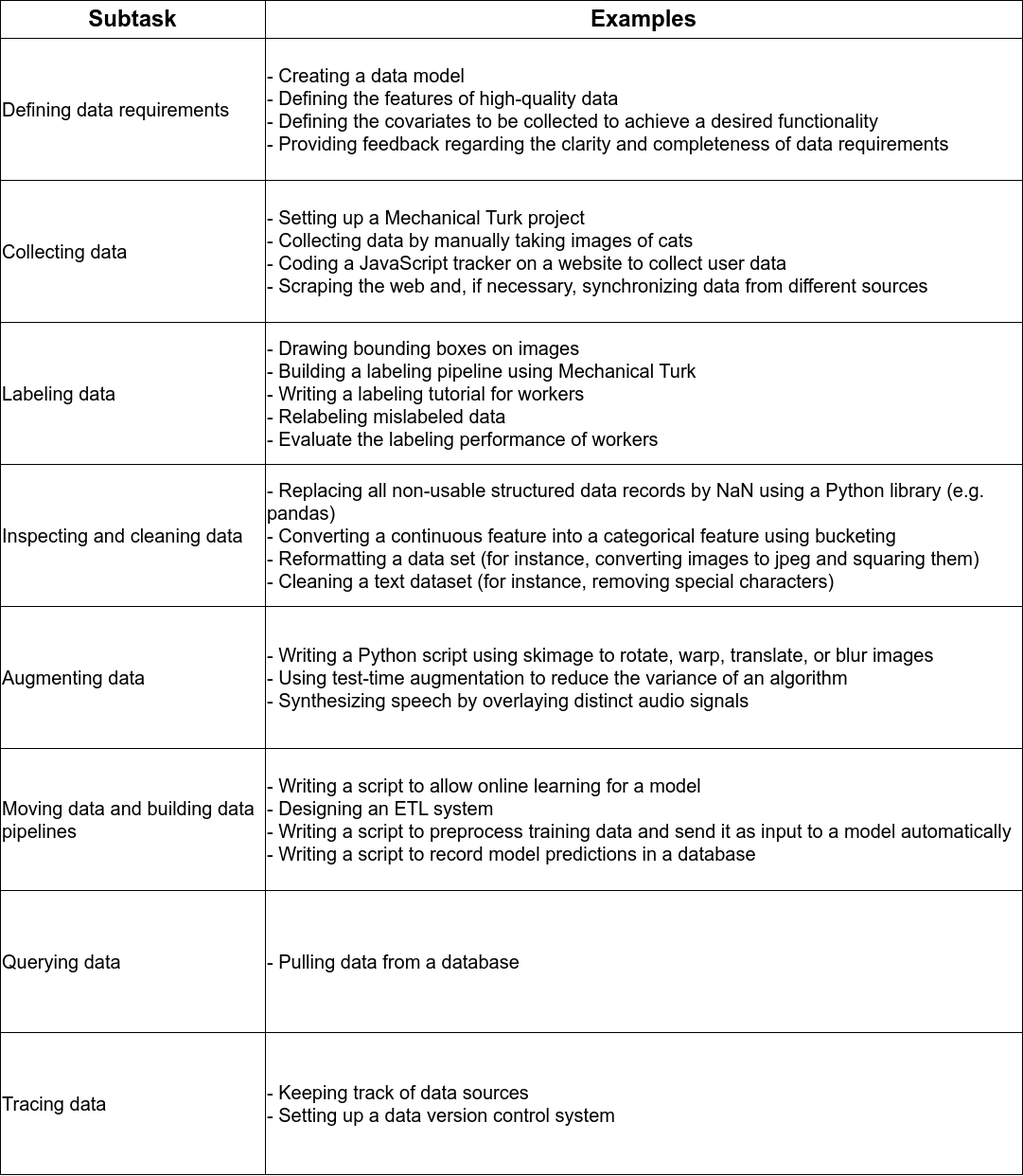
The draw.io diagram diagrams/tasks_data_engineering.drawio.png in ryndovaira-org/data_science_lectures, before a commit. Source tidied: cells renumbered, new cells last; positions are measured from the earlier drawing's top-left corner, leaving out a move shared by most shapes.
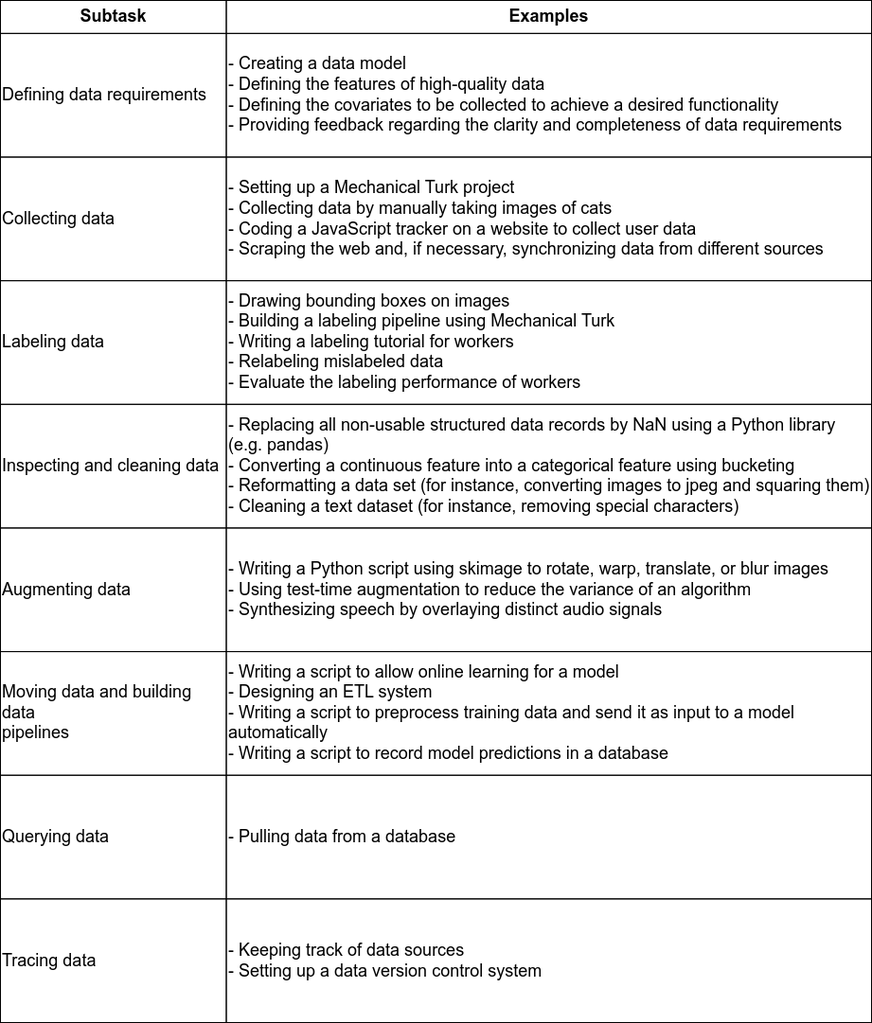
Later version of the same file.

The edit, as a diff of the source:
```diff
@@ -2,59 +2,62 @@
   <root>
     <mxCell id="0" />
     <mxCell id="1" parent="0" />
+    <mxCell id="20" style="group;fontSize=18;" parent="1" vertex="1">
+      <mxGeometry width="920" height="1080" as="geometry" />
+    </mxCell>
-    <mxCell id="2" value="&lt;font style=&quot;font-size: 24px;&quot;&gt;Subtask&lt;/font&gt;" style="rounded=0;whiteSpace=wrap;html=1;fillColor=none;fontSize=24;fontStyle=1;" parent="1" vertex="1">
-      <mxGeometry width="280" height="40" as="geometry" />
+    <mxCell id="2" value="&lt;font style=&quot;font-size: 18px;&quot;&gt;Subtask&lt;/font&gt;" style="rounded=0;whiteSpace=wrap;html=1;fillColor=none;fontSize=18;fontStyle=1;" parent="20" vertex="1">
+      <mxGeometry width="238.5" height="34.8" as="geometry" />
     </mxCell>
-    <mxCell id="3" value="&lt;font style=&quot;font-size: 24px;&quot;&gt;Examples&lt;/font&gt;" style="rounded=0;whiteSpace=wrap;html=1;fillColor=none;fontSize=24;fontStyle=1;" parent="1" vertex="1">
-      <mxGeometry x="280" width="800" height="40" as="geometry" />
+    <mxCell id="3" value="&lt;font style=&quot;font-size: 18px;&quot;&gt;Examples&lt;/font&gt;" style="rounded=0;whiteSpace=wrap;html=1;fillColor=none;fontSize=18;fontStyle=1;" parent="20" vertex="1">
+      <mxGeometry x="238.5" width="681.5" height="34.8" as="geometry" />
     </mxCell>
-    <mxCell id="4" value="&lt;div style=&quot;&quot;&gt;Defining data requirements&lt;br&gt;&lt;/div&gt;" style="rounded=0;whiteSpace=wrap;html=1;align=left;fontSize=20;fillColor=none;" parent="1" vertex="1">
-      <mxGeometry y="40" width="280" height="150" as="geometry" />
+    <mxCell id="4" value="&lt;div style=&quot;font-size: 18px;&quot;&gt;Defining data requirements&lt;br style=&quot;font-size: 18px;&quot;&gt;&lt;/div&gt;" style="rounded=0;whiteSpace=wrap;html=1;align=left;fontSize=18;fillColor=none;" parent="20" vertex="1">
+      <mxGeometry y="34.8" width="238.5" height="130.6" as="geometry" />
     </mxCell>
-    <mxCell id="5" value="- Creating a data model&lt;br&gt;- Defining the features of high-quality data&lt;br&gt;- Defining the covariates to be collected to achieve a desired functionality&lt;br&gt;- Providing feedback regarding the clarity and completeness of data requirements&lt;br&gt;" style="rounded=0;whiteSpace=wrap;html=1;align=left;fontSize=20;fillColor=none;" parent="1" vertex="1">
-      <mxGeometry x="280" y="40" width="800" height="150" as="geometry" />
+    <mxCell id="5" value="- Creating a data model&lt;br style=&quot;font-size: 18px;&quot;&gt;- Defining the features of high-quality data&lt;br style=&quot;font-size: 18px;&quot;&gt;- Defining the covariates to be collected to achieve a desired functionality&lt;br style=&quot;font-size: 18px;&quot;&gt;- Providing feedback regarding the clarity and completeness of data requirements&lt;br style=&quot;font-size: 18px;&quot;&gt;" style="rounded=0;whiteSpace=wrap;html=1;align=left;fontSize=18;fillColor=none;" parent="20" vertex="1">
+      <mxGeometry x="238.5" y="34.8" width="681.5" height="130.6" as="geometry" />
     </mxCell>
-    <mxCell id="6" value="&lt;div style=&quot;&quot;&gt;Collecting data&lt;br&gt;&lt;/div&gt;" style="rounded=0;html=1;fontSize=20;align=left;labelBackgroundColor=none;fillColor=none;whiteSpace=wrap;" parent="1" vertex="1">
-      <mxGeometry y="190" width="280" height="150" as="geometry" />
+    <mxCell id="6" value="&lt;div style=&quot;font-size: 18px;&quot;&gt;Collecting data&lt;br style=&quot;font-size: 18px;&quot;&gt;&lt;/div&gt;" style="rounded=0;html=1;fontSize=18;align=left;labelBackgroundColor=none;fillColor=none;whiteSpace=wrap;" parent="20" vertex="1">
+      <mxGeometry y="165.5" width="238.5" height="130.6" as="geometry" />
     </mxCell>
-    <mxCell id="7" value="&lt;div&gt;- Setting up a Mechanical Turk project&lt;/div&gt;&lt;div&gt;- Collecting data by manually taking images of cats&lt;/div&gt;&lt;div&gt;- Coding a JavaScript tracker on a website to collect user data&lt;/div&gt;&lt;div&gt;- Scraping the web and, if necessary, synchronizing data from different sources&lt;/div&gt;" style="rounded=0;html=1;fontSize=20;align=left;labelBackgroundColor=none;fillColor=none;whiteSpace=wrap;" parent="1" vertex="1">
-      <mxGeometry x="280" y="190" width="800" height="150" as="geometry" />
+    <mxCell id="7" value="&lt;div style=&quot;font-size: 18px;&quot;&gt;- Setting up a Mechanical Turk project&lt;/div&gt;&lt;div style=&quot;font-size: 18px;&quot;&gt;- Collecting data by manually taking images of cats&lt;/div&gt;&lt;div style=&quot;font-size: 18px;&quot;&gt;- Coding a JavaScript tracker on a website to collect user data&lt;/div&gt;&lt;div style=&quot;font-size: 18px;&quot;&gt;- Scraping the web and, if necessary, synchronizing data from different sources&lt;/div&gt;" style="rounded=0;html=1;fontSize=18;align=left;labelBackgroundColor=none;fillColor=none;whiteSpace=wrap;" parent="20" vertex="1">
+      <mxGeometry x="238.5" y="165.5" width="681.5" height="130.6" as="geometry" />
     </mxCell>
-    <mxCell id="8" value="Labeling data" style="rounded=0;html=1;fontSize=20;align=left;labelBackgroundColor=none;fillColor=none;whiteSpace=wrap;" parent="1" vertex="1">
-      <mxGeometry y="340" width="280" height="150" as="geometry" />
+    <mxCell id="8" value="Labeling data" style="rounded=0;html=1;fontSize=18;align=left;labelBackgroundColor=none;fillColor=none;whiteSpace=wrap;" parent="20" vertex="1">
+      <mxGeometry y="296.1" width="238.5" height="130.6" as="geometry" />
     </mxCell>
-    <mxCell id="9" value="&lt;div&gt;- Drawing bounding boxes on images&lt;/div&gt;&lt;div&gt;- Building a labeling pipeline using Mechanical Turk&lt;/div&gt;&lt;div&gt;- Writing a labeling tutorial for workers&lt;/div&gt;&lt;div&gt;- Relabeling mislabeled data&lt;/div&gt;&lt;div&gt;- Evaluate the labeling performance of workers&lt;/div&gt;" style="rounded=0;html=1;fontSize=20;align=left;labelBackgroundColor=none;fillColor=none;whiteSpace=wrap;" parent="1" vertex="1">
-      <mxGeometry x="280" y="340" width="800" height="150" as="geometry" />
+    <mxCell id="9" value="&lt;div style=&quot;font-size: 18px;&quot;&gt;- Drawing bounding boxes on images&lt;/div&gt;&lt;div style=&quot;font-size: 18px;&quot;&gt;- Building a labeling pipeline using Mechanical Turk&lt;/div&gt;&lt;div style=&quot;font-size: 18px;&quot;&gt;- Writing a labeling tutorial for workers&lt;/div&gt;&lt;div style=&quot;font-size: 18px;&quot;&gt;- Relabeling mislabeled data&lt;/div&gt;&lt;div style=&quot;font-size: 18px;&quot;&gt;- Evaluate the labeling performance of workers&lt;/div&gt;" style="rounded=0;html=1;fontSize=18;align=left;labelBackgroundColor=none;fillColor=none;whiteSpace=wrap;" parent="20" vertex="1">
+      <mxGeometry x="238.5" y="296.1" width="681.5" height="130.6" as="geometry" />
     </mxCell>
-    <mxCell id="10" value="Inspecting and cleaning data" style="rounded=0;html=1;fontSize=20;align=left;labelBackgroundColor=none;fillColor=none;whiteSpace=wrap;" parent="1" vertex="1">
-      <mxGeometry y="490" width="280" height="150" as="geometry" />
+    <mxCell id="10" value="Inspecting and cleaning data" style="rounded=0;html=1;fontSize=18;align=left;labelBackgroundColor=none;fillColor=none;whiteSpace=wrap;" parent="20" vertex="1">
+      <mxGeometry y="426.8" width="238.5" height="130.6" as="geometry" />
     </mxCell>
-    <mxCell id="11" value="&lt;div&gt;- Replacing all non-usable structured data records by NaN using a Python&amp;nbsp;&lt;span style=&quot;background-color: initial;&quot;&gt;library (e.g. pandas)&lt;/span&gt;&lt;/div&gt;&lt;div&gt;- Converting a continuous feature into a categorical feature using bucketing&lt;/div&gt;&lt;div&gt;- Reformatting a data set (for instance, converting images to jpeg and squaring them)&lt;/div&gt;&lt;div&gt;- Cleaning a text dataset (for instance, removing special characters)&lt;/div&gt;" style="rounded=0;html=1;fontSize=20;align=left;labelBackgroundColor=none;fillColor=none;whiteSpace=wrap;" parent="1" vertex="1">
-      <mxGeometry x="280" y="490" width="800" height="150" as="geometry" />
+    <mxCell id="11" value="&lt;div style=&quot;font-size: 18px;&quot;&gt;- Replacing all non-usable structured data records by NaN using a Python&amp;nbsp;&lt;span style=&quot;background-color: initial; font-size: 18px;&quot;&gt;library (e.g. pandas)&lt;/span&gt;&lt;/div&gt;&lt;div style=&quot;font-size: 18px;&quot;&gt;- Converting a continuous feature into a categorical feature using bucketing&lt;/div&gt;&lt;div style=&quot;font-size: 18px;&quot;&gt;- Reformatting a data set (for instance, converting images to jpeg and squaring them)&lt;/div&gt;&lt;div style=&quot;font-size: 18px;&quot;&gt;- Cleaning a text dataset (for instance, removing special characters)&lt;/div&gt;" style="rounded=0;html=1;fontSize=18;align=left;labelBackgroundColor=none;fillColor=none;whiteSpace=wrap;" parent="20" vertex="1">
+      <mxGeometry x="238.5" y="426.8" width="681.5" height="130.6" as="geometry" />
     </mxCell>
-    <mxCell id="12" value="Augmenting data" style="rounded=0;html=1;fontSize=20;align=left;labelBackgroundColor=none;fillColor=none;whiteSpace=wrap;" parent="1" vertex="1">
-      <mxGeometry y="640" width="280" height="150" as="geometry" />
+    <mxCell id="12" value="Augmenting data" style="rounded=0;html=1;fontSize=18;align=left;labelBackgroundColor=none;fillColor=none;whiteSpace=wrap;" parent="20" vertex="1">
+      <mxGeometry y="557.4" width="238.5" height="130.6" as="geometry" />
     </mxCell>
-    <mxCell id="13" value="&lt;div&gt;- Writing a Python script using skimage to rotate, warp, translate, or blur images&lt;/div&gt;&lt;div&gt;- Using test-time augmentation to reduce the variance of an algorithm&lt;/div&gt;&lt;div&gt;- Synthesizing speech by overlaying distinct audio signals&lt;/div&gt;" style="rounded=0;html=1;fontSize=20;align=left;labelBackgroundColor=none;fillColor=none;whiteSpace=wrap;" parent="1" vertex="1">
-      <mxGeometry x="280" y="640" width="800" height="150" as="geometry" />
+    <mxCell id="13" value="&lt;div style=&quot;font-size: 18px;&quot;&gt;- Writing a Python script using skimage to rotate, warp, translate, or blur images&lt;/div&gt;&lt;div style=&quot;font-size: 18px;&quot;&gt;- Using test-time augmentation to reduce the variance of an algorithm&lt;/div&gt;&lt;div style=&quot;font-size: 18px;&quot;&gt;- Synthesizing speech by overlaying distinct audio signals&lt;/div&gt;" style="rounded=0;html=1;fontSize=18;align=left;labelBackgroundColor=none;fillColor=none;whiteSpace=wrap;" parent="20" vertex="1">
+      <mxGeometry x="238.5" y="557.4" width="681.5" height="130.6" as="geometry" />
     </mxCell>
-    <mxCell id="14" value="&lt;div&gt;Moving data and building data&lt;/div&gt;&lt;div&gt;pipelines&lt;/div&gt;" style="rounded=0;html=1;fontSize=20;align=left;labelBackgroundColor=none;fillColor=none;whiteSpace=wrap;" parent="1" vertex="1">
-      <mxGeometry y="790" width="280" height="150" as="geometry" />
+    <mxCell id="14" value="&lt;div style=&quot;font-size: 18px;&quot;&gt;Moving data and building data&lt;/div&gt;&lt;div style=&quot;font-size: 18px;&quot;&gt;pipelines&lt;/div&gt;" style="rounded=0;html=1;fontSize=18;align=left;labelBackgroundColor=none;fillColor=none;whiteSpace=wrap;" parent="20" vertex="1">
+      <mxGeometry y="688.1" width="238.5" height="130.6" as="geometry" />
     </mxCell>
-    <mxCell id="15" value="&lt;div&gt;- Writing a script to allow online learning for a model&lt;/div&gt;&lt;div&gt;- Designing an ETL system&lt;/div&gt;&lt;div&gt;- Writing a script to preprocess training data and send it as input to a model automatically&lt;/div&gt;&lt;div&gt;- Writing a script to record model predictions in a database&lt;/div&gt;" style="rounded=0;html=1;fontSize=20;align=left;labelBackgroundColor=none;fillColor=none;whiteSpace=wrap;" parent="1" vertex="1">
-      <mxGeometry x="280" y="790" width="800" height="150" as="geometry" />
+    <mxCell id="15" value="&lt;div style=&quot;font-size: 18px;&quot;&gt;- Writing a script to allow online learning for a model&lt;/div&gt;&lt;div style=&quot;font-size: 18px;&quot;&gt;- Designing an ETL system&lt;/div&gt;&lt;div style=&quot;font-size: 18px;&quot;&gt;- Writing a script to preprocess training data and send it as input to a model automatically&lt;/div&gt;&lt;div style=&quot;font-size: 18px;&quot;&gt;- Writing a script to record model predictions in a database&lt;/div&gt;" style="rounded=0;html=1;fontSize=18;align=left;labelBackgroundColor=none;fillColor=none;whiteSpace=wrap;" parent="20" vertex="1">
+      <mxGeometry x="238.5" y="688.1" width="681.5" height="130.6" as="geometry" />
     </mxCell>
-    <mxCell id="16" value="Querying data" style="rounded=0;html=1;fontSize=20;align=left;labelBackgroundColor=none;fillColor=none;whiteSpace=wrap;" parent="1" vertex="1">
-      <mxGeometry y="940" width="280" height="150" as="geometry" />
+    <mxCell id="16" value="Querying data" style="rounded=0;html=1;fontSize=18;align=left;labelBackgroundColor=none;fillColor=none;whiteSpace=wrap;" parent="20" vertex="1">
+      <mxGeometry y="818.7" width="238.5" height="130.6" as="geometry" />
     </mxCell>
-    <mxCell id="17" value="- Pulling data from a database" style="rounded=0;html=1;fontSize=20;align=left;labelBackgroundColor=none;fillColor=none;whiteSpace=wrap;" parent="1" vertex="1">
-      <mxGeometry x="280" y="940" width="800" height="150" as="geometry" />
+    <mxCell id="17" value="- Pulling data from a database" style="rounded=0;html=1;fontSize=18;align=left;labelBackgroundColor=none;fillColor=none;whiteSpace=wrap;" parent="20" vertex="1">
+      <mxGeometry x="238.5" y="818.7" width="681.5" height="130.6" as="geometry" />
     </mxCell>
-    <mxCell id="18" value="Tracing data" style="rounded=0;html=1;fontSize=20;align=left;labelBackgroundColor=none;fillColor=none;whiteSpace=wrap;" parent="1" vertex="1">
-      <mxGeometry y="1090" width="280" height="150" as="geometry" />
+    <mxCell id="18" value="Tracing data" style="rounded=0;html=1;fontSize=18;align=left;labelBackgroundColor=none;fillColor=none;whiteSpace=wrap;" parent="20" vertex="1">
+      <mxGeometry y="949.4" width="238.5" height="130.6" as="geometry" />
     </mxCell>
-    <mxCell id="19" value="&lt;div&gt;- Keeping track of data sources&lt;/div&gt;&lt;div&gt;- Setting up a data version control system&lt;/div&gt;" style="rounded=0;html=1;fontSize=20;align=left;labelBackgroundColor=none;fillColor=none;whiteSpace=wrap;" parent="1" vertex="1">
-      <mxGeometry x="280" y="1090" width="800" height="150" as="geometry" />
+    <mxCell id="19" value="&lt;div style=&quot;font-size: 18px;&quot;&gt;- Keeping track of data sources&lt;/div&gt;&lt;div style=&quot;font-size: 18px;&quot;&gt;- Setting up a data version control system&lt;/div&gt;" style="rounded=0;html=1;fontSize=18;align=left;labelBackgroundColor=none;fillColor=none;whiteSpace=wrap;" parent="20" vertex="1">
+      <mxGeometry x="238.5" y="949.4" width="681.5" height="130.6" as="geometry" />
     </mxCell>
   </root>
 </mxGraphModel>
```
